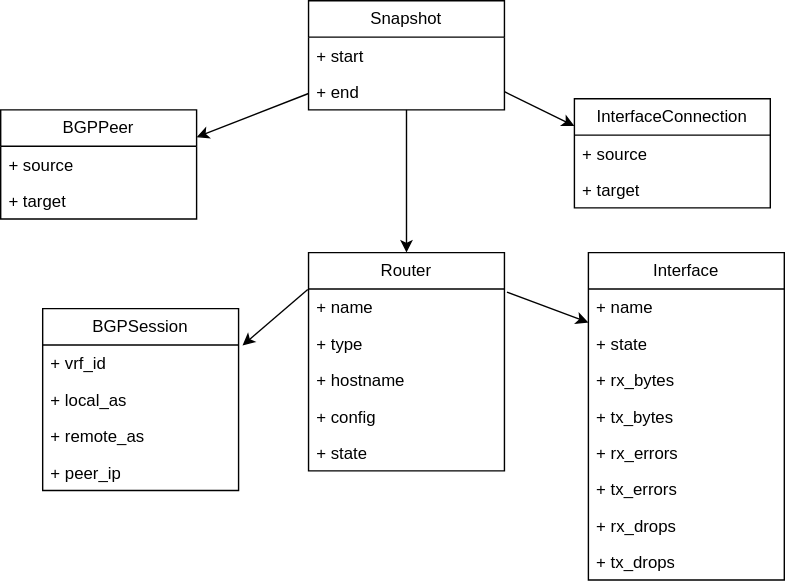
The draw.io diagram docs/drawings/gnn/snapshots.drawio.svg in matteote/gnnsandbox-twindq-bench, before a commit. Source tidied: cells renumbered, new cells last; positions are measured from the earlier drawing's top-left corner, leaving out a move shared by most shapes.
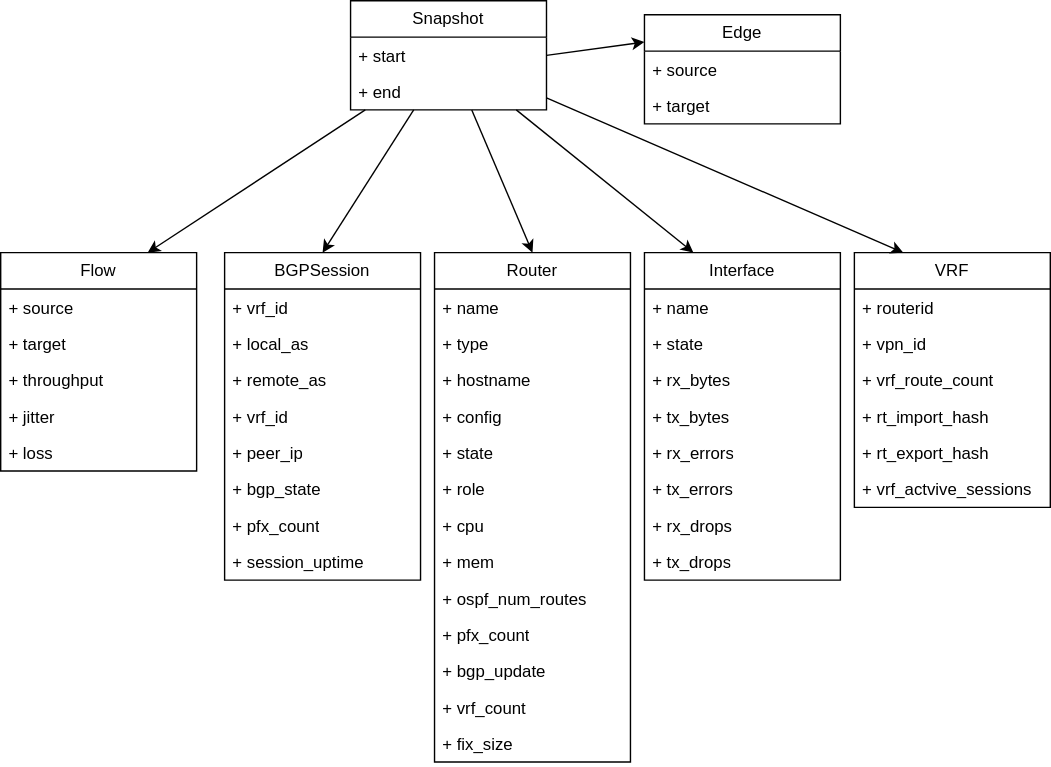
The same file after the commit.

Diff of the diagram source:
```diff
@@ -3,7 +3,7 @@
     <mxCell id="0" />
     <mxCell id="1" parent="0" />
     <mxCell id="2" value="Router" style="swimlane;fontStyle=0;horizontal=1;startSize=26;fillColor=none;whiteSpace=wrap;html=1;" parent="1" vertex="1">
-      <mxGeometry x="220" y="180" width="140" height="156" as="geometry" />
+      <mxGeometry x="280" y="180" width="140" height="364" as="geometry" />
     </mxCell>
     <mxCell id="3" value="+ name" style="text;strokeColor=none;fillColor=none;align=left;verticalAlign=top;spacingLeft=4;spacingRight=4;overflow=hidden;points=[[0,0.5],[1,0.5]];portConstraint=eastwest;whiteSpace=wrap;html=1;" parent="2" vertex="1">
       <mxGeometry y="26" width="140" height="26" as="geometry" />
@@ -20,8 +20,32 @@
     <mxCell id="7" value="+ state" style="text;strokeColor=none;fillColor=none;align=left;verticalAlign=top;spacingLeft=4;spacingRight=4;overflow=hidden;whiteSpace=wrap;html=1;" parent="2" vertex="1">
       <mxGeometry y="130" width="140" height="26" as="geometry" />
     </mxCell>
+    <mxCell id="36" value="+ role" style="text;strokeColor=none;fillColor=none;align=left;verticalAlign=top;spacingLeft=4;spacingRight=4;overflow=hidden;whiteSpace=wrap;html=1;" parent="2" vertex="1">
+      <mxGeometry y="156" width="140" height="26" as="geometry" />
+    </mxCell>
+    <mxCell id="37" value="+ cpu" style="text;strokeColor=none;fillColor=none;align=left;verticalAlign=top;spacingLeft=4;spacingRight=4;overflow=hidden;whiteSpace=wrap;html=1;" parent="2" vertex="1">
+      <mxGeometry y="182" width="140" height="26" as="geometry" />
+    </mxCell>
+    <mxCell id="38" value="+ mem" style="text;strokeColor=none;fillColor=none;align=left;verticalAlign=top;spacingLeft=4;spacingRight=4;overflow=hidden;whiteSpace=wrap;html=1;" parent="2" vertex="1">
+      <mxGeometry y="208" width="140" height="26" as="geometry" />
+    </mxCell>
+    <mxCell id="39" value="+ ospf_num_routes" style="text;strokeColor=none;fillColor=none;align=left;verticalAlign=top;spacingLeft=4;spacingRight=4;overflow=hidden;whiteSpace=wrap;html=1;" parent="2" vertex="1">
+      <mxGeometry y="234" width="140" height="26" as="geometry" />
+    </mxCell>
+    <mxCell id="40" value="+ pfx_count" style="text;strokeColor=none;fillColor=none;align=left;verticalAlign=top;spacingLeft=4;spacingRight=4;overflow=hidden;whiteSpace=wrap;html=1;" parent="2" vertex="1">
+      <mxGeometry y="260" width="140" height="26" as="geometry" />
+    </mxCell>
+    <mxCell id="41" value="+ bgp_update" style="text;strokeColor=none;fillColor=none;align=left;verticalAlign=top;spacingLeft=4;spacingRight=4;overflow=hidden;whiteSpace=wrap;html=1;" parent="2" vertex="1">
+      <mxGeometry y="286" width="140" height="26" as="geometry" />
+    </mxCell>
+    <mxCell id="42" value="+ vrf_count" style="text;strokeColor=none;fillColor=none;align=left;verticalAlign=top;spacingLeft=4;spacingRight=4;overflow=hidden;whiteSpace=wrap;html=1;" parent="2" vertex="1">
+      <mxGeometry y="312" width="140" height="26" as="geometry" />
+    </mxCell>
+    <mxCell id="43" value="+ fix_size" style="text;strokeColor=none;fillColor=none;align=left;verticalAlign=top;spacingLeft=4;spacingRight=4;overflow=hidden;whiteSpace=wrap;html=1;" parent="2" vertex="1">
+      <mxGeometry y="338" width="140" height="26" as="geometry" />
+    </mxCell>
     <mxCell id="8" value="Interface" style="swimlane;fontStyle=0;horizontal=1;startSize=26;fillColor=none;whiteSpace=wrap;html=1;" parent="1" vertex="1">
-      <mxGeometry x="420" y="180" width="140" height="234" as="geometry" />
+      <mxGeometry x="430" y="180" width="140" height="234" as="geometry" />
     </mxCell>
     <mxCell id="9" value="+ name" style="text;strokeColor=none;fillColor=none;align=left;verticalAlign=top;spacingLeft=4;spacingRight=4;overflow=hidden;whiteSpace=wrap;html=1;" parent="8" vertex="1">
       <mxGeometry y="26" width="140" height="26" as="geometry" />
@@ -50,14 +74,18 @@
     <mxCell id="17" style="edgeStyle=none;html=1;entryX=0.5;entryY=0;entryDx=0;entryDy=0;" parent="1" edge="1" source="20" target="2">
       <mxGeometry relative="1" as="geometry" />
     </mxCell>
-    <mxCell id="18" style="edgeStyle=none;html=1;exitX=1.013;exitY=0.087;exitDx=0;exitDy=0;exitPerimeter=0;" parent="1" edge="1" source="3">
-      <mxGeometry relative="1" as="geometry">
-        <mxPoint x="420" y="230" as="targetPoint" />
-      </mxGeometry>
-    </mxCell>
-    <mxCell id="19" style="edgeStyle=none;html=1;entryX=1;entryY=0.25;entryDx=0;entryDy=0;" parent="1" edge="1" source="20" target="32">
-      <mxGeometry relative="1" as="geometry" />
-    </mxCell>
+    <mxCell id="44" style="edgeStyle=none;html=1;entryX=0.5;entryY=0;entryDx=0;entryDy=0;" parent="1" edge="1" source="20" target="23">
+      <mxGeometry relative="1" as="geometry" />
+    </mxCell>
+    <mxCell id="45" style="edgeStyle=none;html=1;entryX=0.75;entryY=0;entryDx=0;entryDy=0;" parent="1" edge="1" source="20" target="52">
+      <mxGeometry relative="1" as="geometry" />
+    </mxCell>
+    <mxCell id="46" style="edgeStyle=none;html=1;entryX=0.25;entryY=0;entryDx=0;entryDy=0;" parent="1" edge="1" source="20" target="56">
+      <mxGeometry relative="1" as="geometry" />
+    </mxCell>
+    <mxCell id="47" style="edgeStyle=none;html=1;entryX=0.25;entryY=0;entryDx=0;entryDy=0;" parent="1" edge="1" source="20" target="8">
+      <mxGeometry relative="1" as="geometry" />
+    </mxCell>
     <mxCell id="20" value="Snapshot" style="swimlane;fontStyle=0;horizontal=1;startSize=26;fillColor=none;whiteSpace=wrap;html=1;" parent="1" vertex="1">
       <mxGeometry x="220" width="140" height="78" as="geometry" />
     </mxCell>
@@ -68,7 +96,7 @@
       <mxGeometry y="52" width="140" height="26" as="geometry" />
     </mxCell>
     <mxCell id="23" value="BGPSession" style="swimlane;fontStyle=0;horizontal=1;startSize=26;fillColor=none;whiteSpace=wrap;html=1;" parent="1" vertex="1">
-      <mxGeometry x="30" y="220" width="140" height="130" as="geometry" />
+      <mxGeometry x="130" y="180" width="140" height="234" as="geometry" />
     </mxCell>
     <mxCell id="24" value="+ vrf_id" style="text;strokeColor=none;fillColor=none;align=left;verticalAlign=top;spacingLeft=4;spacingRight=4;overflow=hidden;points=[[0,0.5],[1,0.5]];portConstraint=eastwest;whiteSpace=wrap;html=1;" parent="23" vertex="1">
       <mxGeometry y="26" width="140" height="26" as="geometry" />
@@ -79,11 +107,23 @@
     <mxCell id="26" value="+ remote_as" style="text;strokeColor=none;fillColor=none;align=left;verticalAlign=top;spacingLeft=4;spacingRight=4;overflow=hidden;whiteSpace=wrap;html=1;" parent="23" vertex="1">
       <mxGeometry y="78" width="140" height="26" as="geometry" />
     </mxCell>
-    <mxCell id="27" value="+ peer_ip" style="text;strokeColor=none;fillColor=none;align=left;verticalAlign=top;spacingLeft=4;spacingRight=4;overflow=hidden;whiteSpace=wrap;html=1;" parent="23" vertex="1">
+    <mxCell id="27" value="+ vrf_id" style="text;strokeColor=none;fillColor=none;align=left;verticalAlign=top;spacingLeft=4;spacingRight=4;overflow=hidden;whiteSpace=wrap;html=1;" parent="23" vertex="1">
       <mxGeometry y="104" width="140" height="26" as="geometry" />
     </mxCell>
+    <mxCell id="48" value="+ peer_ip" style="text;strokeColor=none;fillColor=none;align=left;verticalAlign=top;spacingLeft=4;spacingRight=4;overflow=hidden;whiteSpace=wrap;html=1;" parent="23" vertex="1">
+      <mxGeometry y="130" width="140" height="26" as="geometry" />
+    </mxCell>
+    <mxCell id="49" value="+ bgp_state" style="text;strokeColor=none;fillColor=none;align=left;verticalAlign=top;spacingLeft=4;spacingRight=4;overflow=hidden;whiteSpace=wrap;html=1;" parent="23" vertex="1">
+      <mxGeometry y="156" width="140" height="26" as="geometry" />
+    </mxCell>
+    <mxCell id="50" value="+ pfx_count" style="text;strokeColor=none;fillColor=none;align=left;verticalAlign=top;spacingLeft=4;spacingRight=4;overflow=hidden;whiteSpace=wrap;html=1;" parent="23" vertex="1">
+      <mxGeometry y="182" width="140" height="26" as="geometry" />
+    </mxCell>
+    <mxCell id="51" value="+ session_uptime" style="text;strokeColor=none;fillColor=none;align=left;verticalAlign=top;spacingLeft=4;spacingRight=4;overflow=hidden;whiteSpace=wrap;html=1;" parent="23" vertex="1">
+      <mxGeometry y="208" width="140" height="26" as="geometry" />
+    </mxCell>
-    <mxCell id="28" value="InterfaceConnection" style="swimlane;fontStyle=0;horizontal=1;startSize=26;fillColor=none;whiteSpace=wrap;html=1;" parent="1" vertex="1">
-      <mxGeometry x="410" y="70" width="140" height="78" as="geometry" />
+    <mxCell id="28" value="Edge" style="swimlane;fontStyle=0;horizontal=1;startSize=26;fillColor=none;whiteSpace=wrap;html=1;" parent="1" vertex="1">
+      <mxGeometry x="430" y="10" width="140" height="78" as="geometry" />
     </mxCell>
     <mxCell id="29" value="+ source" style="text;strokeColor=none;fillColor=none;align=left;verticalAlign=top;spacingLeft=4;spacingRight=4;overflow=hidden;whiteSpace=wrap;html=1;" parent="28" vertex="1">
       <mxGeometry y="26" width="140" height="26" as="geometry" />
@@ -91,20 +131,47 @@
     <mxCell id="30" value="+ target" style="text;strokeColor=none;fillColor=none;align=left;verticalAlign=top;spacingLeft=4;spacingRight=4;overflow=hidden;whiteSpace=wrap;html=1;" parent="28" vertex="1">
       <mxGeometry y="52" width="140" height="26" as="geometry" />
     </mxCell>
-    <mxCell id="31" style="edgeStyle=none;html=1;entryX=0;entryY=0.25;entryDx=0;entryDy=0;exitX=1;exitY=0.5;exitDx=0;exitDy=0;" parent="1" edge="1" source="22" target="28">
+    <mxCell id="31" style="edgeStyle=none;html=1;entryX=0;entryY=0.25;entryDx=0;entryDy=0;exitX=1;exitY=0.5;exitDx=0;exitDy=0;" parent="1" edge="1" source="21" target="28">
       <mxGeometry relative="1" as="geometry" />
     </mxCell>
-    <mxCell id="32" value="BGPPeer" style="swimlane;fontStyle=0;horizontal=1;startSize=26;fillColor=none;whiteSpace=wrap;html=1;" parent="1" vertex="1">
-      <mxGeometry y="78" width="140" height="78" as="geometry" />
-    </mxCell>
+    <mxCell id="52" value="Flow" style="swimlane;fontStyle=0;horizontal=1;startSize=26;fillColor=none;whiteSpace=wrap;html=1;" parent="1" vertex="1">
+      <mxGeometry x="-30" y="180" width="140" height="156" as="geometry" />
+    </mxCell>
-    <mxCell id="33" value="+ source" style="text;strokeColor=none;fillColor=none;align=left;verticalAlign=top;spacingLeft=4;spacingRight=4;overflow=hidden;whiteSpace=wrap;html=1;" parent="32" vertex="1">
+    <mxCell id="33" value="+ source" style="text;strokeColor=none;fillColor=none;align=left;verticalAlign=top;spacingLeft=4;spacingRight=4;overflow=hidden;whiteSpace=wrap;html=1;" parent="52" vertex="1">
       <mxGeometry y="26" width="140" height="26" as="geometry" />
     </mxCell>
-    <mxCell id="34" value="+ target" style="text;strokeColor=none;fillColor=none;align=left;verticalAlign=top;spacingLeft=4;spacingRight=4;overflow=hidden;whiteSpace=wrap;html=1;" parent="32" vertex="1">
+    <mxCell id="34" value="+ target" style="text;strokeColor=none;fillColor=none;align=left;verticalAlign=top;spacingLeft=4;spacingRight=4;overflow=hidden;whiteSpace=wrap;html=1;" parent="52" vertex="1">
       <mxGeometry y="52" width="140" height="26" as="geometry" />
     </mxCell>
-    <mxCell id="35" style="edgeStyle=none;html=1;entryX=1.02;entryY=0.015;entryDx=0;entryDy=0;entryPerimeter=0;exitX=-0.004;exitY=0.012;exitDx=0;exitDy=0;exitPerimeter=0;" parent="1" edge="1" source="3" target="24">
-      <mxGeometry relative="1" as="geometry" />
-    </mxCell>
+    <mxCell id="53" value="+ throughput" style="text;strokeColor=none;fillColor=none;align=left;verticalAlign=top;spacingLeft=4;spacingRight=4;overflow=hidden;whiteSpace=wrap;html=1;" parent="52" vertex="1">
+      <mxGeometry y="78" width="140" height="26" as="geometry" />
+    </mxCell>
+    <mxCell id="54" value="+ jitter" style="text;strokeColor=none;fillColor=none;align=left;verticalAlign=top;spacingLeft=4;spacingRight=4;overflow=hidden;whiteSpace=wrap;html=1;" parent="52" vertex="1">
+      <mxGeometry y="104" width="140" height="26" as="geometry" />
+    </mxCell>
+    <mxCell id="55" value="+ loss" style="text;strokeColor=none;fillColor=none;align=left;verticalAlign=top;spacingLeft=4;spacingRight=4;overflow=hidden;whiteSpace=wrap;html=1;" parent="52" vertex="1">
+      <mxGeometry y="130" width="140" height="26" as="geometry" />
+    </mxCell>
+    <mxCell id="56" value="VRF" style="swimlane;fontStyle=0;horizontal=1;startSize=26;fillColor=none;whiteSpace=wrap;html=1;" parent="1" vertex="1">
+      <mxGeometry x="580" y="180" width="140" height="182" as="geometry" />
+    </mxCell>
+    <mxCell id="57" value="+ routerid" style="text;strokeColor=none;fillColor=none;align=left;verticalAlign=top;spacingLeft=4;spacingRight=4;overflow=hidden;whiteSpace=wrap;html=1;" parent="56" vertex="1">
+      <mxGeometry y="26" width="140" height="26" as="geometry" />
+    </mxCell>
+    <mxCell id="58" value="+ vpn_id" style="text;strokeColor=none;fillColor=none;align=left;verticalAlign=top;spacingLeft=4;spacingRight=4;overflow=hidden;whiteSpace=wrap;html=1;" parent="56" vertex="1">
+      <mxGeometry y="52" width="140" height="26" as="geometry" />
+    </mxCell>
+    <mxCell id="59" value="+ vrf_route_count" style="text;strokeColor=none;fillColor=none;align=left;verticalAlign=top;spacingLeft=4;spacingRight=4;overflow=hidden;whiteSpace=wrap;html=1;" parent="56" vertex="1">
+      <mxGeometry y="78" width="140" height="26" as="geometry" />
+    </mxCell>
+    <mxCell id="60" value="+ rt_import_hash" style="text;strokeColor=none;fillColor=none;align=left;verticalAlign=top;spacingLeft=4;spacingRight=4;overflow=hidden;whiteSpace=wrap;html=1;" parent="56" vertex="1">
+      <mxGeometry y="104" width="140" height="26" as="geometry" />
+    </mxCell>
+    <mxCell id="61" value="+ rt_export_hash" style="text;strokeColor=none;fillColor=none;align=left;verticalAlign=top;spacingLeft=4;spacingRight=4;overflow=hidden;whiteSpace=wrap;html=1;" parent="56" vertex="1">
+      <mxGeometry y="130" width="140" height="26" as="geometry" />
+    </mxCell>
+    <mxCell id="62" value="+ vrf_actvive_sessions" style="text;strokeColor=none;fillColor=none;align=left;verticalAlign=top;spacingLeft=4;spacingRight=4;overflow=hidden;whiteSpace=wrap;html=1;" parent="56" vertex="1">
+      <mxGeometry y="156" width="140" height="26" as="geometry" />
+    </mxCell>
   </root>
 </mxGraphModel>
```
